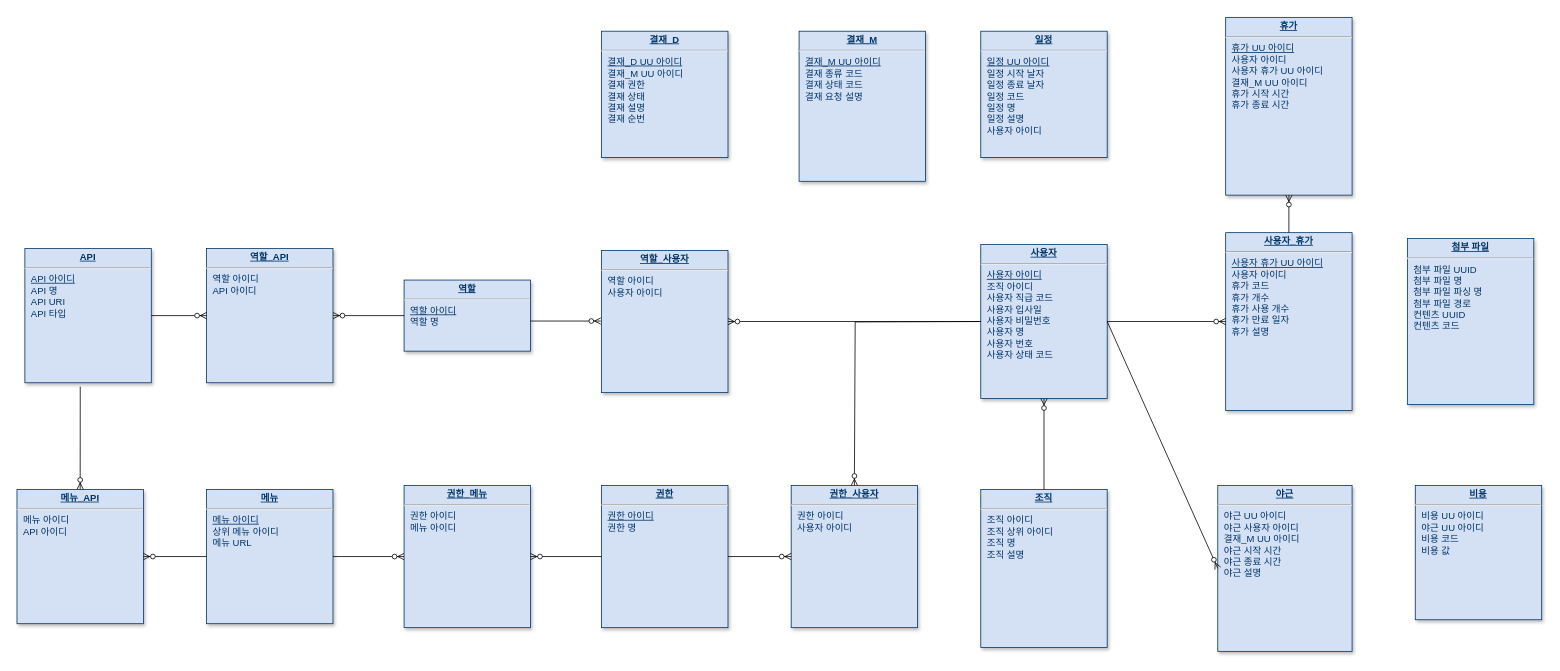
Above: 설계서/hrmDb.drawio in hgbgrq/hrm (draw.io), before the change. Source tidied: cells renumbered, new cells numbered last; positions are measured from the earlier drawing's top-left corner, leaving out a move shared by most shapes. Both pictures are drawn from the tidied source at 79%, with x=0, y=0 at pixel (17, 17).
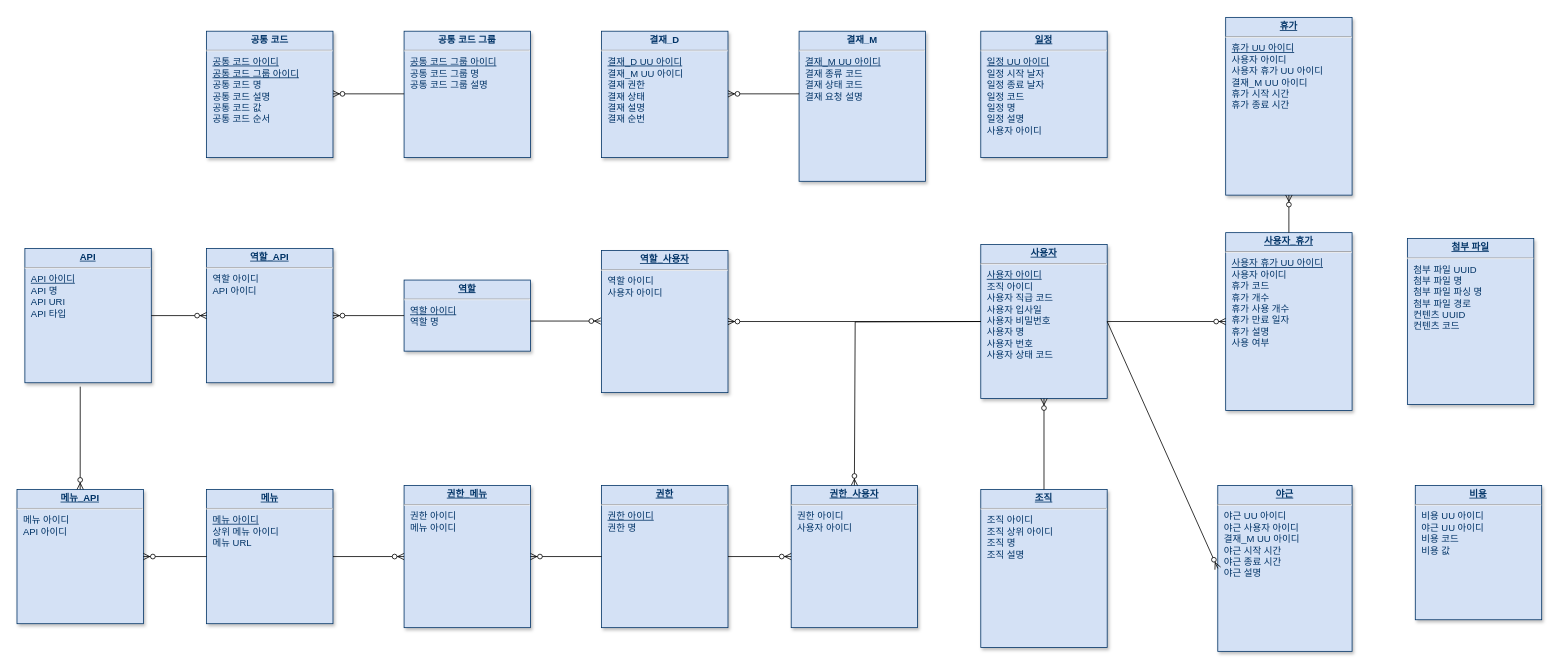
The same diagram, later.

The edit, as a diff of the source:
```diff
@@
-    <mxCell id="3" value="&lt;p style=&quot;margin: 0px; margin-top: 4px; text-align: center; text-decoration: underline;&quot;&gt;&lt;b&gt;사용자_휴가&lt;/b&gt;&lt;/p&gt;&lt;hr&gt;&lt;p style=&quot;margin: 0px; margin-left: 8px;&quot;&gt;&lt;u&gt;사용자 휴가 UU 아이디&lt;/u&gt;&lt;/p&gt;&lt;p style=&quot;margin: 0px; margin-left: 8px;&quot;&gt;사용자 아이디&lt;/p&gt;&lt;p style=&quot;margin: 0px; margin-left: 8px;&quot;&gt;휴가 코드&lt;/p&gt;&lt;p style=&quot;margin: 0px; margin-left: 8px;&quot;&gt;휴가 개수&lt;/p&gt;&lt;p style=&quot;margin: 0px; margin-left: 8px;&quot;&gt;휴가 사용 개수&lt;/p&gt;&lt;p style=&quot;margin: 0px; margin-left: 8px;&quot;&gt;휴가 만료 일자&lt;/p&gt;&lt;p style=&quot;margin: 0px; margin-left: 8px;&quot;&gt;휴가 설명&lt;/p&gt;" style="verticalAlign=top;align=left;overflow=fill;fontSize=12;fontFamily=Helvetica;html=1;strokeColor=#003366;shadow=1;fillColor=#D4E1F5;fontColor=#003366;" parent="1" vertex="1">
+    <mxCell id="3" value="&lt;p style=&quot;margin: 0px; margin-top: 4px; text-align: center; text-decoration: underline;&quot;&gt;&lt;b&gt;사용자_휴가&lt;/b&gt;&lt;/p&gt;&lt;hr&gt;&lt;p style=&quot;margin: 0px; margin-left: 8px;&quot;&gt;&lt;u&gt;사용자 휴가 UU 아이디&lt;/u&gt;&lt;/p&gt;&lt;p style=&quot;margin: 0px; margin-left: 8px;&quot;&gt;사용자 아이디&lt;/p&gt;&lt;p style=&quot;margin: 0px; margin-left: 8px;&quot;&gt;휴가 코드&lt;/p&gt;&lt;p style=&quot;margin: 0px; margin-left: 8px;&quot;&gt;휴가 개수&lt;/p&gt;&lt;p style=&quot;margin: 0px; margin-left: 8px;&quot;&gt;휴가 사용 개수&lt;/p&gt;&lt;p style=&quot;margin: 0px; margin-left: 8px;&quot;&gt;휴가 만료 일자&lt;/p&gt;&lt;p style=&quot;margin: 0px; margin-left: 8px;&quot;&gt;휴가 설명&lt;/p&gt;&lt;p style=&quot;margin: 0px; margin-left: 8px;&quot;&gt;사용 여부&lt;/p&gt;" style="verticalAlign=top;align=left;overflow=fill;fontSize=12;fontFamily=Helvetica;html=1;strokeColor=#003366;shadow=1;fillColor=#D4E1F5;fontColor=#003366;" parent="1" vertex="1">
       <mxGeometry x="1530" y="273" width="160" height="225" as="geometry" />
     </mxCell>
@@
-    <mxCell id="5" value="&lt;p style=&quot;margin: 0px; margin-top: 4px; text-align: center; text-decoration: underline;&quot;&gt;&lt;strong&gt;결재_D&lt;/strong&gt;&lt;/p&gt;&lt;hr&gt;&lt;p style=&quot;margin: 0px; margin-left: 8px;&quot;&gt;&lt;u&gt;결재_D UU 아이디&lt;/u&gt;&lt;/p&gt;&lt;p style=&quot;margin: 0px; margin-left: 8px;&quot;&gt;결재_M UU 아이디&lt;/p&gt;&lt;p style=&quot;margin: 0px; margin-left: 8px;&quot;&gt;결재 권한&lt;/p&gt;&lt;p style=&quot;margin: 0px; margin-left: 8px;&quot;&gt;결재 상태&lt;/p&gt;&lt;p style=&quot;margin: 0px; margin-left: 8px;&quot;&gt;결재 설명&lt;/p&gt;&lt;p style=&quot;margin: 0px; margin-left: 8px;&quot;&gt;결재 순번&lt;/p&gt;" style="verticalAlign=top;align=left;overflow=fill;fontSize=12;fontFamily=Helvetica;html=1;strokeColor=#003366;shadow=1;fillColor=#D4E1F5;fontColor=#003366;" parent="1" vertex="1">
+    <mxCell id="5" value="&lt;p style=&quot;margin: 4px 0px 0px; text-align: center;&quot;&gt;&lt;strong style=&quot;&quot;&gt;결재_D&lt;/strong&gt;&lt;/p&gt;&lt;hr&gt;&lt;p style=&quot;margin: 0px; margin-left: 8px;&quot;&gt;&lt;u&gt;결재_D UU 아이디&lt;/u&gt;&lt;/p&gt;&lt;p style=&quot;margin: 0px; margin-left: 8px;&quot;&gt;결재_M UU 아이디&lt;/p&gt;&lt;p style=&quot;margin: 0px; margin-left: 8px;&quot;&gt;결재 권한&lt;/p&gt;&lt;p style=&quot;margin: 0px; margin-left: 8px;&quot;&gt;결재 상태&lt;/p&gt;&lt;p style=&quot;margin: 0px; margin-left: 8px;&quot;&gt;결재 설명&lt;/p&gt;&lt;p style=&quot;margin: 0px; margin-left: 8px;&quot;&gt;결재 순번&lt;/p&gt;" style="verticalAlign=top;align=left;overflow=fill;fontSize=12;fontFamily=Helvetica;html=1;strokeColor=#003366;shadow=1;fillColor=#D4E1F5;fontColor=#003366;" parent="1" vertex="1">
       <mxGeometry x="740" y="18" width="160" height="160" as="geometry" />
     </mxCell>
@@
-    <mxCell id="13" value="&lt;p style=&quot;margin: 0px; margin-top: 4px; text-align: center; text-decoration: underline;&quot;&gt;&lt;b&gt;결재_M&lt;/b&gt;&lt;/p&gt;&lt;hr&gt;&lt;p style=&quot;margin: 0px; margin-left: 8px;&quot;&gt;&lt;u&gt;결재_M UU 아이디&lt;/u&gt;&lt;/p&gt;&lt;p style=&quot;margin: 0px; margin-left: 8px;&quot;&gt;결재 종류 코드&lt;/p&gt;&lt;p style=&quot;margin: 0px; margin-left: 8px;&quot;&gt;결재 상태 코드&lt;/p&gt;&lt;p style=&quot;margin: 0px; margin-left: 8px;&quot;&gt;결재 요청 설명&lt;/p&gt;&lt;p style=&quot;margin: 0px; margin-left: 8px;&quot;&gt;&lt;br&gt;&lt;/p&gt;" style="verticalAlign=top;align=left;overflow=fill;fontSize=12;fontFamily=Helvetica;html=1;strokeColor=#003366;shadow=1;fillColor=#D4E1F5;fontColor=#003366;" parent="1" vertex="1">
+    <mxCell id="13" value="&lt;p style=&quot;margin: 4px 0px 0px; text-align: center;&quot;&gt;&lt;b style=&quot;&quot;&gt;결재_M&lt;/b&gt;&lt;/p&gt;&lt;hr&gt;&lt;p style=&quot;margin: 0px; margin-left: 8px;&quot;&gt;&lt;u&gt;결재_M UU 아이디&lt;/u&gt;&lt;/p&gt;&lt;p style=&quot;margin: 0px; margin-left: 8px;&quot;&gt;결재 종류 코드&lt;/p&gt;&lt;p style=&quot;margin: 0px; margin-left: 8px;&quot;&gt;결재 상태 코드&lt;/p&gt;&lt;p style=&quot;margin: 0px; margin-left: 8px;&quot;&gt;결재 요청 설명&lt;/p&gt;&lt;p style=&quot;margin: 0px; margin-left: 8px;&quot;&gt;&lt;br&gt;&lt;/p&gt;" style="verticalAlign=top;align=left;overflow=fill;fontSize=12;fontFamily=Helvetica;html=1;strokeColor=#003366;shadow=1;fillColor=#D4E1F5;fontColor=#003366;" parent="1" vertex="1">
       <mxGeometry x="990" y="18" width="160" height="190" as="geometry" />
     </mxCell>
-    <mxCell id="14" style="text;strokeColor=none;fillColor=none;align=left;verticalAlign=middle;spacingTop=-1;spacingLeft=4;spacingRight=4;labelPosition=right;" parent="1" vertex="1">
-      <mxGeometry x="1430" y="628" width="20" height="14" as="geometry" />
-    </mxCell>
@@
-    <mxCell id="16" value="&lt;p style=&quot;margin: 0px; margin-top: 4px; text-align: center; text-decoration: underline;&quot;&gt;&lt;strong&gt;권한_메뉴&lt;/strong&gt;&lt;/p&gt;&lt;hr&gt;&lt;p style=&quot;margin: 0px; margin-left: 8px;&quot;&gt;권한 아이디&lt;/p&gt;&lt;p style=&quot;margin: 0px; margin-left: 8px;&quot;&gt;메뉴 아이디&lt;/p&gt;&lt;p style=&quot;margin: 0px; margin-left: 8px;&quot;&gt;&lt;br&gt;&lt;/p&gt;" style="verticalAlign=top;align=left;overflow=fill;fontSize=12;fontFamily=Helvetica;html=1;strokeColor=#003366;shadow=1;fillColor=#D4E1F5;fontColor=#003366;" parent="1" vertex="1">
+    <mxCell id="16" value="&lt;p style=&quot;margin: 0px; margin-top: 4px; text-align: center; text-decoration: underline;&quot;&gt;&lt;strong&gt;권한_메뉴&lt;/strong&gt;&lt;/p&gt;&lt;hr&gt;&lt;p style=&quot;margin: 0px; margin-left: 8px;&quot;&gt;권한 아이디&lt;/p&gt;&lt;p style=&quot;margin: 0px; margin-left: 8px;&quot;&gt;메뉴 아이디&lt;/p&gt;&lt;p style=&quot;margin: 0px; margin-left: 8px;&quot;&gt;&lt;br&gt;&lt;/p&gt;" style="verticalAlign=top;align=left;overflow=fill;fontSize=12;fontFamily=Helvetica;html=1;strokeColor=#003366;shadow=1;fillColor=#D4E1F5;fontColor=#003366;direction=east;" parent="1" vertex="1">
       <mxGeometry x="490" y="593" width="160" height="180" as="geometry" />
     </mxCell>
@@
+    <mxCell id="36" value="&lt;p style=&quot;margin: 4px 0px 0px; text-align: center;&quot;&gt;&lt;b&gt;공통 코드 그룹&lt;/b&gt;&lt;/p&gt;&lt;hr&gt;&lt;p style=&quot;margin: 0px; margin-left: 8px;&quot;&gt;&lt;u&gt;공통 코드 그룹 아이디&lt;/u&gt;&lt;/p&gt;&lt;p style=&quot;margin: 0px; margin-left: 8px;&quot;&gt;공통 코드 그룹 명&lt;/p&gt;&lt;p style=&quot;margin: 0px; margin-left: 8px;&quot;&gt;공통 코드 그룹 설명&lt;/p&gt;" style="verticalAlign=top;align=left;overflow=fill;fontSize=12;fontFamily=Helvetica;html=1;strokeColor=#003366;shadow=1;fillColor=#D4E1F5;fontColor=#003366;" parent="1" vertex="1">
+      <mxGeometry x="490" y="18" width="160" height="160" as="geometry" />
+    </mxCell>
+    <mxCell id="37" value="&lt;p style=&quot;margin: 4px 0px 0px; text-align: center;&quot;&gt;&lt;strong style=&quot;&quot;&gt;공통 코드&lt;/strong&gt;&lt;/p&gt;&lt;hr&gt;&lt;p style=&quot;margin: 0px; margin-left: 8px;&quot;&gt;&lt;u&gt;공통 코드 아이디&lt;/u&gt;&lt;/p&gt;&lt;p style=&quot;margin: 0px; margin-left: 8px;&quot;&gt;&lt;u&gt;공통 코드 그룹 아이디&lt;/u&gt;&lt;/p&gt;&lt;p style=&quot;margin: 0px; margin-left: 8px;&quot;&gt;공통 코드 명&lt;/p&gt;&lt;p style=&quot;margin: 0px; margin-left: 8px;&quot;&gt;공통 코드 설명&lt;/p&gt;&lt;p style=&quot;margin: 0px; margin-left: 8px;&quot;&gt;공통 코드 값&lt;/p&gt;&lt;p style=&quot;margin: 0px; margin-left: 8px;&quot;&gt;공통 코드 순서&lt;/p&gt;" style="verticalAlign=top;align=left;overflow=fill;fontSize=12;fontFamily=Helvetica;html=1;strokeColor=#003366;shadow=1;fillColor=#D4E1F5;fontColor=#003366;" parent="1" vertex="1">
+      <mxGeometry x="240" y="18" width="160" height="160" as="geometry" />
+    </mxCell>
+    <mxCell id="38" style="fontSize=12;html=1;endArrow=ERzeroToMany;endFill=1;rounded=0;exitX=0;exitY=0.5;exitDx=0;exitDy=0;" parent="1" edge="1">
+      <mxGeometry relative="1" as="geometry">
+        <mxPoint x="490" y="97.3" as="sourcePoint" />
+        <mxPoint x="400" y="97.3" as="targetPoint" />
+      </mxGeometry>
+    </mxCell>
+    <mxCell id="39" style="fontSize=12;html=1;endArrow=ERzeroToMany;endFill=1;rounded=0;exitX=0;exitY=0.5;exitDx=0;exitDy=0;" parent="1" edge="1">
+      <mxGeometry relative="1" as="geometry">
+        <mxPoint x="990" y="97.3" as="sourcePoint" />
+        <mxPoint x="900" y="97.3" as="targetPoint" />
+      </mxGeometry>
+    </mxCell>
```
